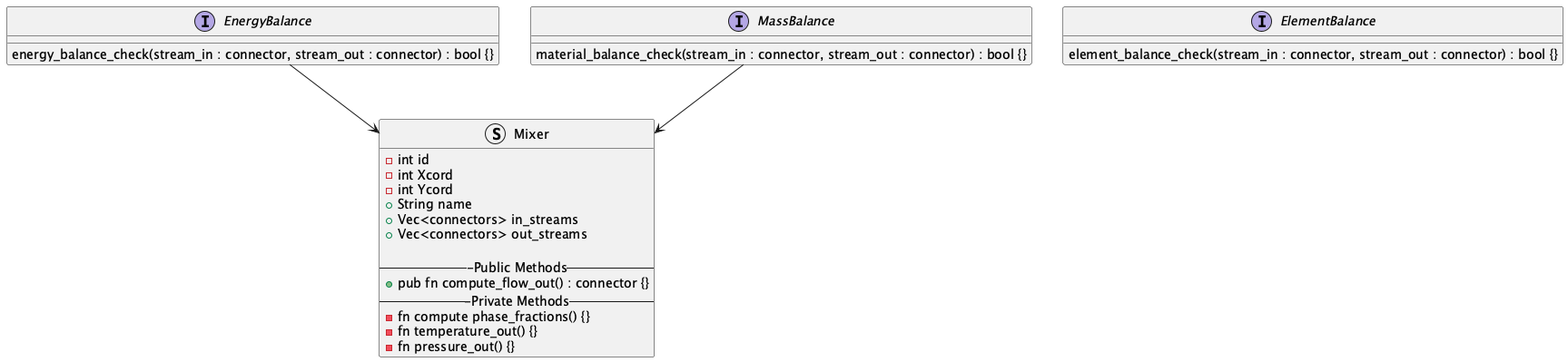
OSCPS-Project/OSCPS-UML keeps this PlantUML diagram as blocks-module/Blocks_Module_Class_Diagram.png. Above is the earlier version.
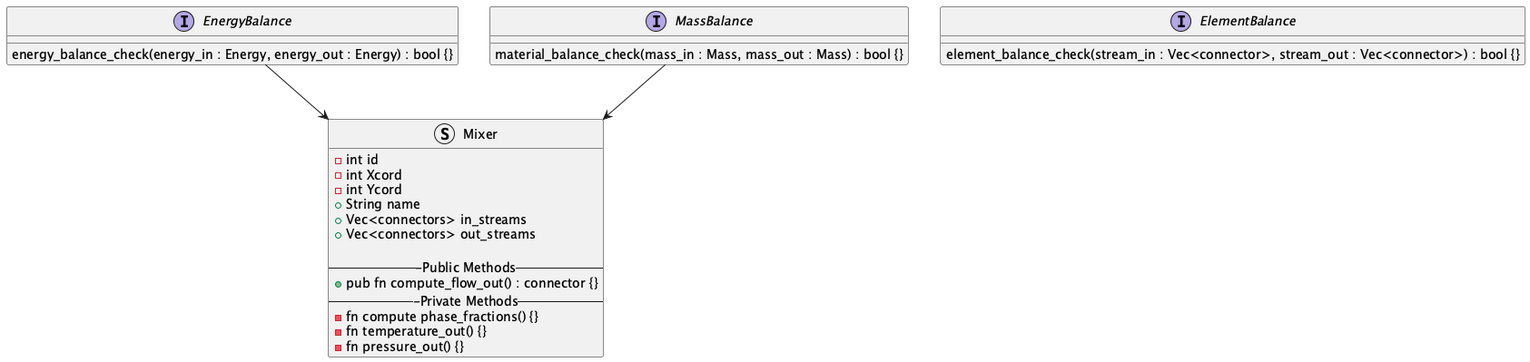
The same file after the commit.

Commit message:
updating uml diagram for the blocks module with changes made to the parameters of the mass balance and energy balance functions

The edit, as a diff of the source:
```diff
@@ -1,16 +1,16 @@
 @startuml Blocks_Module_Class_Diagram
 
 Interface EnergyBalance {
-  energy_balance_check(stream_in : connector, stream_out : connector) : bool {}
+  energy_balance_check(energy_in : Energy, energy_out : Energy) : bool {}
 }
 
 Interface MassBalance {
-  material_balance_check(stream_in : connector, stream_out : connector) : bool {}
+  material_balance_check(mass_in : Mass, mass_out : Mass) : bool {}
 }
 
 
 Interface ElementBalance {
-  element_balance_check(stream_in : connector, stream_out : connector) : bool {}
+  element_balance_check(stream_in : Vec<connector>, stream_out : Vec<connector>) : bool {}
 }
 
 
```
